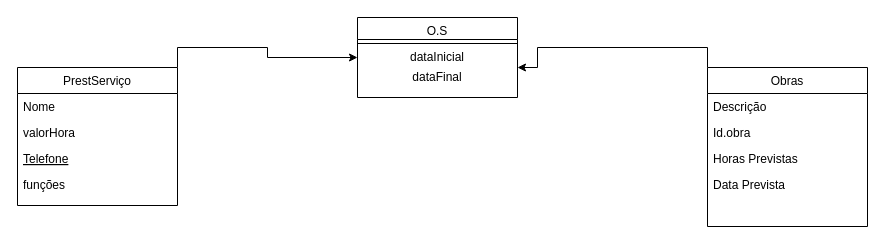
Earlier version of the draw.io diagram Untitled Diagram.drawio (Giolinda/bancodedados_be). Source tidied: cells renumbered, new cells numbered last; positions are measured from the earlier drawing's top-left corner, leaving out a move shared by most shapes. Both pictures are drawn from the tidied source at 100%, with x=0, y=0 at pixel (17, 17).
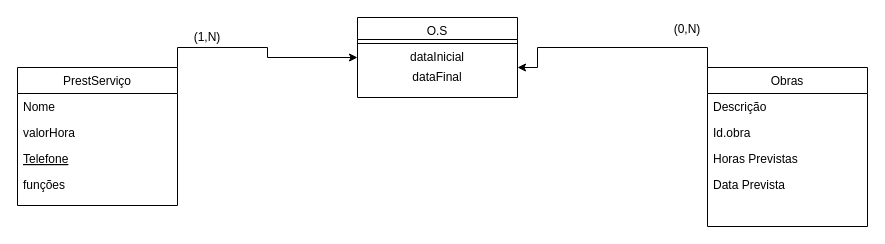
The same page after the edit.

The edit, as a diff of the source:
```diff
@@
+    <mxCell id="18" value="(1,N)" style="text;html=1;strokeColor=none;fillColor=none;align=center;verticalAlign=middle;whiteSpace=wrap;rounded=0;" parent="1" vertex="1">
+      <mxGeometry x="170" y="10" width="40" height="20" as="geometry" />
+    </mxCell>
+    <mxCell id="19" value="(0,N)" style="text;html=1;strokeColor=none;fillColor=none;align=center;verticalAlign=middle;whiteSpace=wrap;rounded=0;" parent="1" vertex="1">
+      <mxGeometry x="650" y="2" width="40" height="20" as="geometry" />
+    </mxCell>
```
